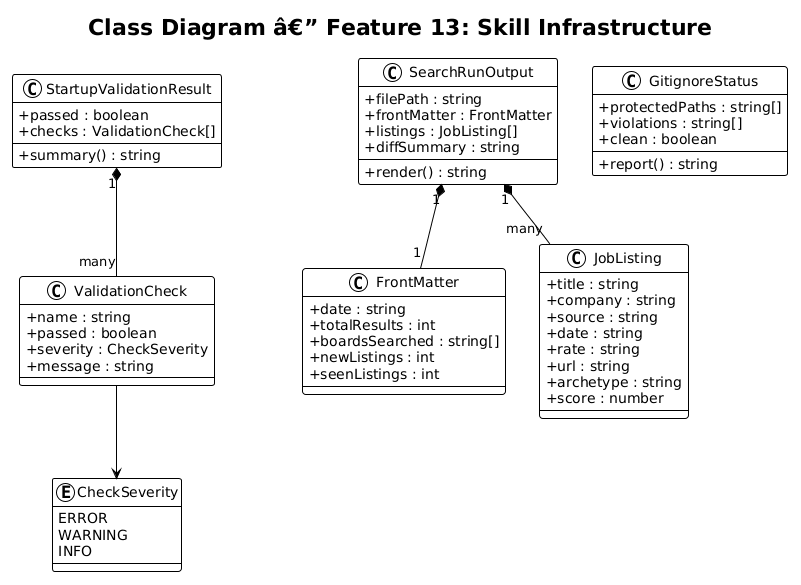
This is docs/detailed-designs/13-skill-infrastructure/diagrams/class_diagram.png from QuinntyneBrown/Orbit, a PlantUML export, as it was before one commit. The source it was exported from:
```plantuml
@startuml
!theme plain
skinparam classAttributeIconSize 0

title Class Diagram â€” Feature 13: Skill Infrastructure

class StartupValidationResult {
    + passed : boolean
    + checks : ValidationCheck[]
    + summary() : string
}

class ValidationCheck {
    + name : string
    + passed : boolean
    + severity : CheckSeverity
    + message : string
}

enum CheckSeverity {
    ERROR
    WARNING
    INFO
}

class SearchRunOutput {
    + filePath : string
    + frontMatter : FrontMatter
    + listings : JobListing[]
    + diffSummary : string
    + render() : string
}

class FrontMatter {
    + date : string
    + totalResults : int
    + boardsSearched : string[]
    + newListings : int
    + seenListings : int
}

class JobListing {
    + title : string
    + company : string
    + source : string
    + date : string
    + rate : string
    + url : string
    + archetype : string
    + score : number
}

class GitignoreStatus {
    + protectedPaths : string[]
    + violations : string[]
    + clean : boolean
    + report() : string
}

StartupValidationResult "1" *-- "many" ValidationCheck
ValidationCheck --> CheckSeverity
SearchRunOutput "1" *-- "1" FrontMatter
SearchRunOutput "1" *-- "many" JobListing
@enduml
```
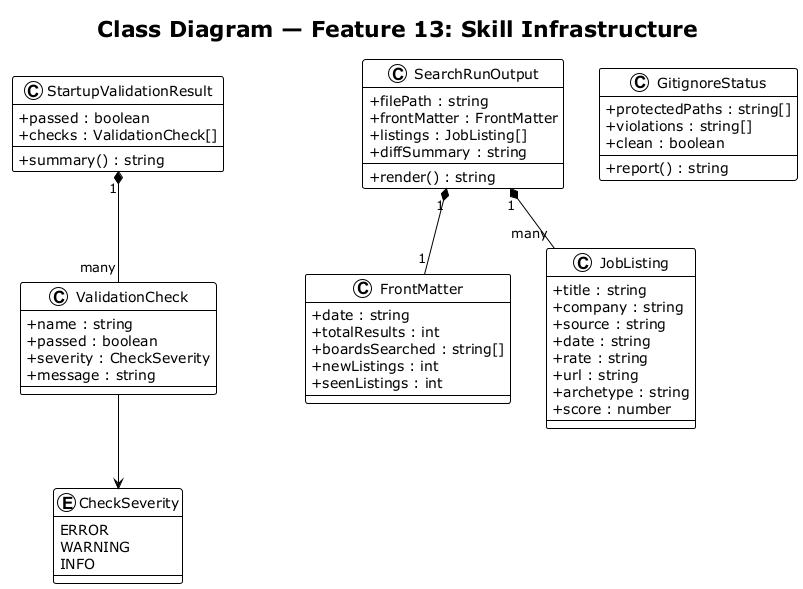
Above is the later version.

The edit, as a diff of the source:
```diff
@@ -1,8 +1,8 @@
-@startuml
+@startuml class_diagram
 !theme plain
 skinparam classAttributeIconSize 0
 
-title Class Diagram â€” Feature 13: Skill Infrastructure
+title Class Diagram — Feature 13: Skill Infrastructure
 
 class StartupValidationResult {
     + passed : boolean
@@ -61,4 +61,5 @@
 ValidationCheck --> CheckSeverity
 SearchRunOutput "1" *-- "1" FrontMatter
 SearchRunOutput "1" *-- "many" JobListing
+
 @enduml
```
